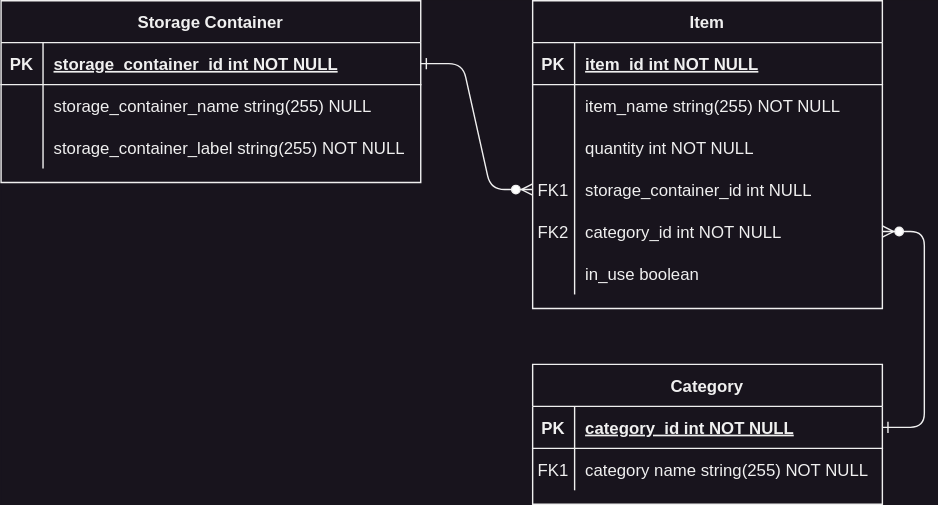
Before: docs/requirements/v1.0/entity_relationship_diagram.svg, a diagram exported from draw.io (werebear73/BoxContains). Source tidied: cells renumbered, new cells last; positions are measured from the earlier drawing's top-left corner, leaving out a move shared by most shapes.
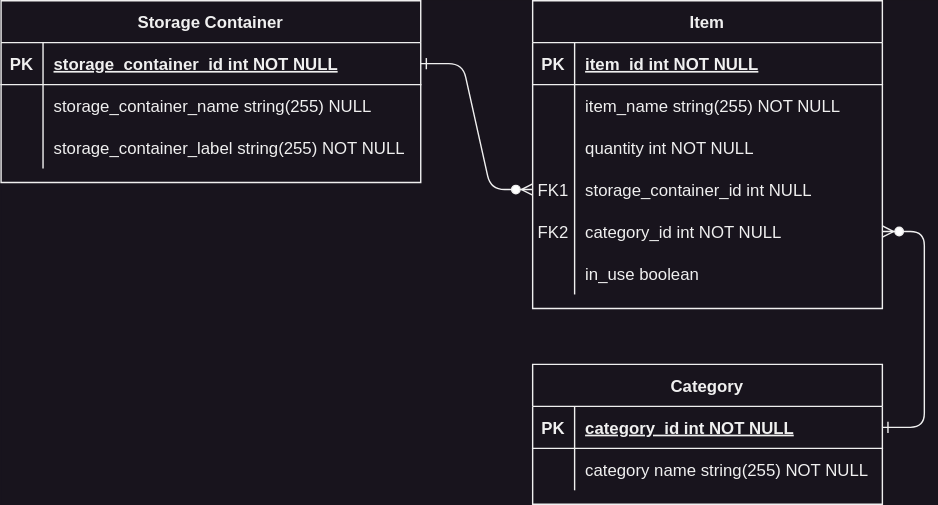
After the change.

The edit, as a diff of the source:
```diff
@@ -77,7 +77,7 @@
     <mxCell id="26" style="shape=partialRectangle;fillColor=none;top=0;left=0;right=0;bottom=0;" parent="22" vertex="1">
       <mxGeometry y="60" width="250" height="30" as="geometry" />
     </mxCell>
-    <mxCell id="27" value="FK1" style="shape=partialRectangle;overflow=hidden;fillColor=none;top=0;left=0;bottom=0;right=0;" parent="26" vertex="1">
+    <mxCell id="27" style="shape=partialRectangle;overflow=hidden;fillColor=none;top=0;left=0;bottom=0;right=0;" parent="26" vertex="1">
       <mxGeometry width="30" height="30" as="geometry" />
     </mxCell>
     <mxCell id="28" value="category name string(255) NOT NULL" style="shape=partialRectangle;overflow=hidden;fillColor=none;top=0;left=0;bottom=0;right=0;align=left;spacingLeft=6;" parent="26" vertex="1">
```
